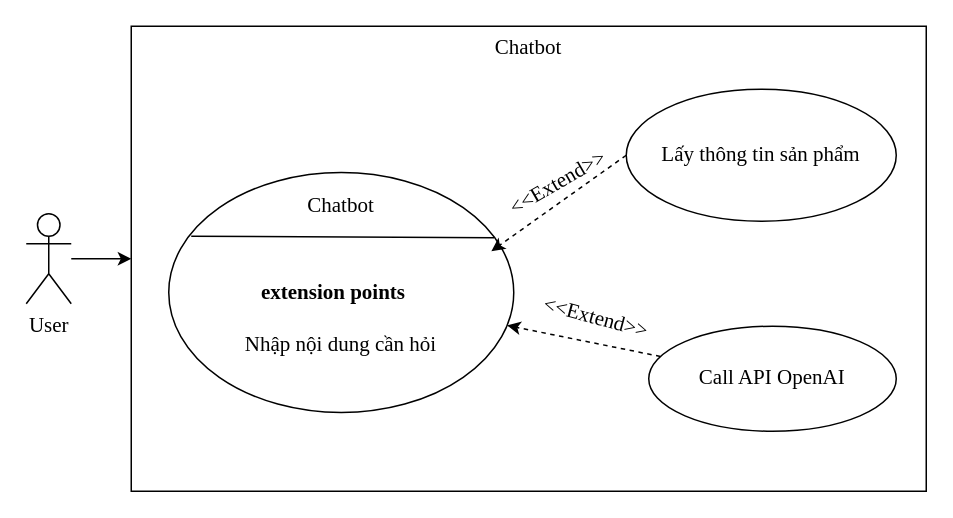
Above: page "chatbot" (4 of 15) of usecase.drawio in minhan1410/Commerce (draw.io), before the change. Source tidied: cells renumbered, new cells numbered last; positions are measured from the earlier drawing's top-left corner, leaving out a move shared by most shapes. Both pictures are drawn from the tidied source at 150%, with x=0, y=0 at pixel (26, 26).
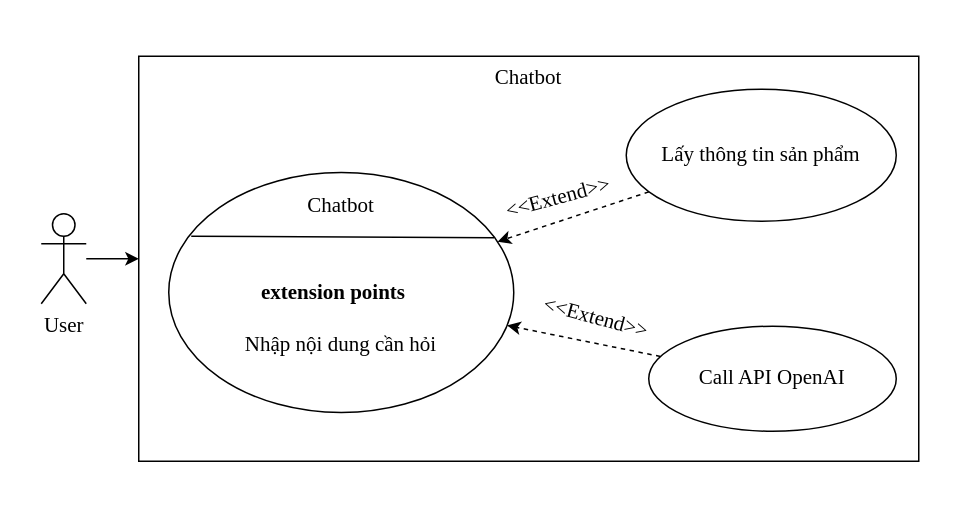
After the change.

The edit, as a diff of the source:
```diff
@@
 <mxGraphModel>
   <root>
     <mxCell id="0" />
     <mxCell id="1" parent="0" />
     <mxCell id="2" style="edgeStyle=none;html=1;entryX=0;entryY=0.5;entryDx=0;entryDy=0;fontFamily=Times New Roman;fontSize=14;" parent="1" edge="1" source="3" target="4">
       <mxGeometry relative="1" as="geometry" />
     </mxCell>
     <mxCell id="3" value="User" style="shape=umlActor;verticalLabelPosition=bottom;verticalAlign=top;html=1;outlineConnect=0;fontFamily=Times New Roman;fontSize=14;" parent="1" vertex="1">
-      <mxGeometry y="125" width="30" height="60" as="geometry" />
+      <mxGeometry x="10" y="125" width="30" height="60" as="geometry" />
     </mxCell>
     <mxCell id="4" value="Chatbot" style="whiteSpace=wrap;html=1;verticalAlign=top;fontFamily=Times New Roman;fontSize=14;" parent="1" vertex="1">
-      <mxGeometry x="70" width="530" height="310" as="geometry" />
+      <mxGeometry x="75" y="20" width="520" height="270" as="geometry" />
     </mxCell>
     <mxCell id="5" style="ellipse;whiteSpace=wrap;html=1;rounded=0;fontFamily=Times New Roman;fontSize=14;fontColor=default;fillColor=none;gradientColor=none;" parent="1" vertex="1">
       <mxGeometry x="95" y="97.5" width="230" height="160" as="geometry" />
     </mxCell>
     <mxCell id="6" value="Chatbot" style="text;html=1;strokeColor=none;fillColor=none;align=center;verticalAlign=middle;whiteSpace=wrap;rounded=0;fontFamily=Times New Roman;fontSize=14;fontColor=default;" parent="1" vertex="1">
       <mxGeometry x="135" y="110" width="150" height="20" as="geometry" />
     </mxCell>
-    <mxCell id="7" style="edgeStyle=none;html=1;exitX=0;exitY=0.5;exitDx=0;exitDy=0;entryX=0.935;entryY=0.328;entryDx=0;entryDy=0;entryPerimeter=0;fontFamily=Times New Roman;fontSize=14;dashed=1;" parent="1" edge="1" source="8" target="5">
+    <mxCell id="7" style="edgeStyle=none;html=1;dashed=1;fontFamily=Times New Roman;fontSize=14;" parent="1" edge="1" source="8" target="5">
       <mxGeometry relative="1" as="geometry" />
     </mxCell>
     <mxCell id="8" value="Lấy thông tin sản phẩm" style="ellipse;whiteSpace=wrap;html=1;fontFamily=Times New Roman;fontSize=14;rotation=0;" parent="1" vertex="1">
       <mxGeometry x="400" y="42" width="180" height="88" as="geometry" />
     </mxCell>
     <mxCell id="9" value="&lt;b style=&quot;font-size: 14px;&quot;&gt;extension points&lt;/b&gt;" style="text;html=1;strokeColor=none;fillColor=none;align=center;verticalAlign=middle;whiteSpace=wrap;rounded=0;fontFamily=Times New Roman;fontSize=14;" parent="1" vertex="1">
       <mxGeometry x="125" y="170" width="160" height="15" as="geometry" />
     </mxCell>
     <mxCell id="10" value="Nhập nội dung cần hỏi" style="text;html=1;strokeColor=none;fillColor=none;align=center;verticalAlign=middle;whiteSpace=wrap;rounded=0;fontFamily=Times New Roman;fontSize=14;" parent="1" vertex="1">
       <mxGeometry x="145" y="185" width="130" height="55" as="geometry" />
     </mxCell>
-    <mxCell id="11" value="&amp;lt;&amp;lt;Extend&amp;gt;&amp;gt;" style="text;html=1;strokeColor=none;fillColor=none;align=center;verticalAlign=middle;whiteSpace=wrap;rounded=0;rotation=-30;fontFamily=Times New Roman;fontSize=14;" parent="1" vertex="1">
-      <mxGeometry x="325" y="90" width="60" height="30" as="geometry" />
+    <mxCell id="11" value="&amp;lt;&amp;lt;Extend&amp;gt;&amp;gt;" style="text;html=1;strokeColor=none;fillColor=none;align=center;verticalAlign=middle;whiteSpace=wrap;rounded=0;rotation=-15;fontFamily=Times New Roman;fontSize=14;" parent="1" vertex="1">
+      <mxGeometry x="325" y="100" width="60" height="30" as="geometry" />
     </mxCell>
     <mxCell id="12" style="endArrow=none;html=1;entryX=0.943;entryY=0.272;entryDx=0;entryDy=0;entryPerimeter=0;fontFamily=Times New Roman;fontSize=14;" parent="1" edge="1" target="5">
       <mxGeometry relative="1" as="geometry">
         <mxPoint x="110" y="140" as="sourcePoint" />
       </mxGeometry>
     </mxCell>
     <mxCell id="13" value="&amp;lt;&amp;lt;Extend&amp;gt;&amp;gt;" style="text;html=1;strokeColor=none;fillColor=none;align=center;verticalAlign=middle;whiteSpace=wrap;rounded=0;rotation=15;fontFamily=Times New Roman;fontSize=14;" parent="1" vertex="1">
       <mxGeometry x="350" y="180" width="60" height="30" as="geometry" />
     </mxCell>
     <mxCell id="14" style="edgeStyle=none;html=1;fontFamily=Times New Roman;fontSize=14;dashed=1;" parent="1" edge="1" source="15" target="5">
       <mxGeometry relative="1" as="geometry" />
     </mxCell>
     <mxCell id="15" value="Call API OpenAI" style="ellipse;whiteSpace=wrap;html=1;fontFamily=Times New Roman;fontSize=14;" parent="1" vertex="1">
       <mxGeometry x="415" y="200" width="165" height="70" as="geometry" />
     </mxCell>
   </root>
 </mxGraphModel>
```
